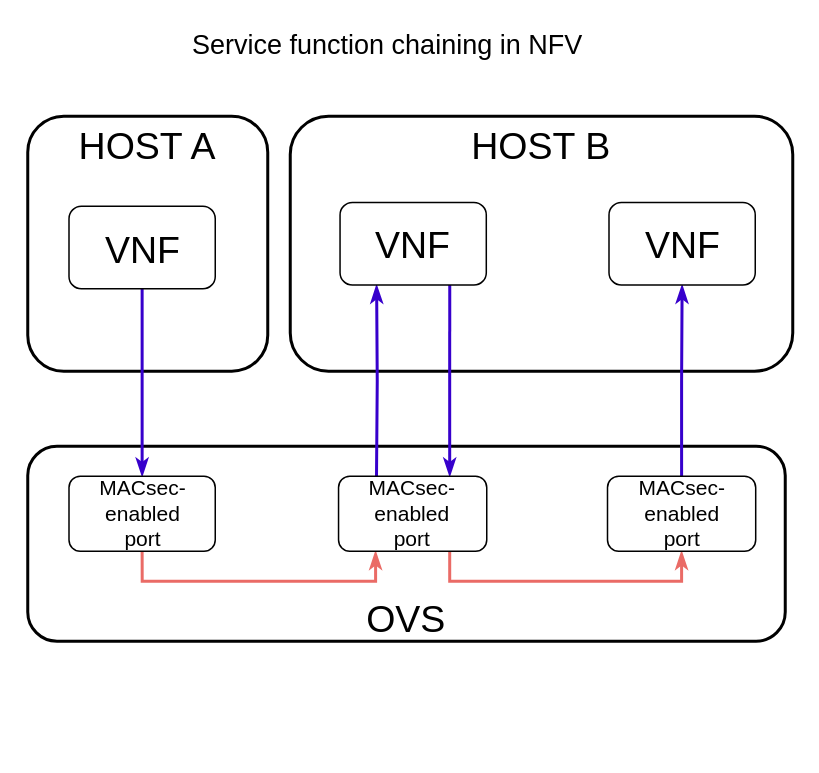
Before: drawio/maser_article_use_case.drawio in ignaziopedone/drawio, a draw.io diagram. Source tidied: cells renumbered, new cells numbered last; positions are measured from the earlier drawing's top-left corner, leaving out a move shared by most shapes. Both pictures are drawn from the tidied source at 150%, with x=0, y=0 at pixel (27, 26).
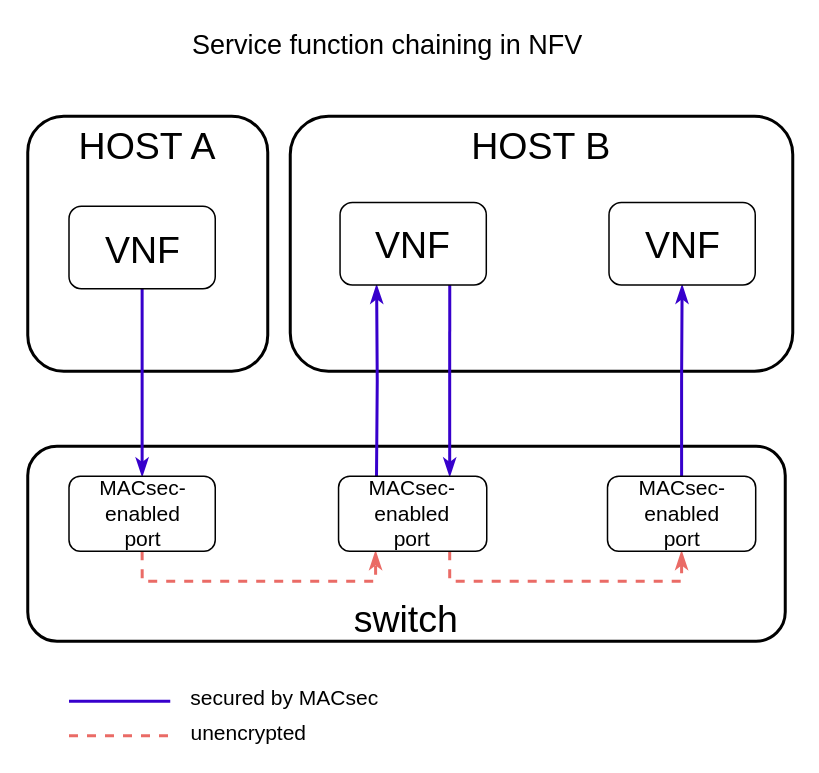
The same page after the edit.

Unchanged cells that the change refers to:
```xml
<mxCell id="10" value="MACsec-enabled&lt;br&gt;port" style="rounded=1;whiteSpace=wrap;html=1;fontSize=14;flipH=1;" parent="1" vertex="1">
  <mxGeometry x="27.5" y="300" width="97.5" height="50" as="geometry" />
</mxCell>
<mxCell id="15" value="MACsec-enabled&lt;br&gt;port" style="rounded=1;whiteSpace=wrap;html=1;fontSize=14;flipH=1;" parent="1" vertex="1">
  <mxGeometry x="207.2" y="300" width="98.8" height="50" as="geometry" />
</mxCell>
<mxCell id="17" value="MACsec-enabled&lt;br&gt;port" style="rounded=1;whiteSpace=wrap;html=1;fontSize=14;flipH=1;" parent="1" vertex="1">
  <mxGeometry x="386.5" y="300" width="98.8" height="50" as="geometry" />
</mxCell>
```

What changed in the source:
```diff
@@
-    <mxCell id="4" value="OVS" style="rounded=1;whiteSpace=wrap;html=1;fontSize=25;strokeWidth=2;spacing=0;spacingBottom=0;verticalAlign=bottom;" parent="1" vertex="1">
+    <mxCell id="4" value="switch" style="rounded=1;whiteSpace=wrap;html=1;fontSize=25;strokeWidth=2;spacing=0;spacingBottom=0;verticalAlign=bottom;" parent="1" vertex="1">
       <mxGeometry y="280" width="505" height="130" as="geometry" />
     </mxCell>
@@
-    <mxCell id="9" style="edgeStyle=orthogonalEdgeStyle;rounded=0;jettySize=auto;html=1;exitX=0.5;exitY=1;exitDx=0;exitDy=0;entryX=0.25;entryY=1;entryDx=0;entryDy=0;startArrow=none;startFill=0;endArrow=classicThin;endFill=1;strokeColor=#EA6B66;strokeWidth=2;fontSize=14;" parent="1" edge="1" source="10" target="15">
+    <mxCell id="9" style="edgeStyle=orthogonalEdgeStyle;rounded=0;jettySize=auto;html=1;exitX=0.5;exitY=1;exitDx=0;exitDy=0;entryX=0.25;entryY=1;entryDx=0;entryDy=0;startArrow=none;startFill=0;endArrow=classicThin;endFill=1;strokeColor=#EA6B66;strokeWidth=2;fontSize=14;dashed=1;" parent="1" edge="1" source="10" target="15">
       <mxGeometry relative="1" as="geometry" />
     </mxCell>
@@
-    <mxCell id="12" style="edgeStyle=orthogonalEdgeStyle;rounded=0;jettySize=auto;html=1;exitX=0.75;exitY=1;exitDx=0;exitDy=0;entryX=0.5;entryY=1;entryDx=0;entryDy=0;startArrow=none;startFill=0;endArrow=classicThin;endFill=1;strokeColor=#EA6B66;strokeWidth=2;fontSize=14;" parent="1" edge="1" source="15" target="17">
+    <mxCell id="12" style="edgeStyle=orthogonalEdgeStyle;rounded=0;jettySize=auto;html=1;exitX=0.75;exitY=1;exitDx=0;exitDy=0;entryX=0.5;entryY=1;entryDx=0;entryDy=0;startArrow=none;startFill=0;endArrow=classicThin;endFill=1;strokeColor=#EA6B66;strokeWidth=2;fontSize=14;dashed=1;" parent="1" edge="1" source="15" target="17">
       <mxGeometry relative="1" as="geometry" />
     </mxCell>
@@
+    <mxCell id="18" style="endArrow=none;html=1;strokeColor=#EA6B66;strokeWidth=2;fontSize=14;dashed=1;" parent="1" edge="1">
+      <mxGeometry relative="1" as="geometry">
+        <mxPoint x="27.5" y="473" as="sourcePoint" />
+        <mxPoint x="95" y="473" as="targetPoint" />
+      </mxGeometry>
+    </mxCell>
+    <mxCell id="19" style="endArrow=none;html=1;strokeColor=#3700CC;strokeWidth=2;fontSize=14;fillColor=#6a00ff;" parent="1" edge="1">
+      <mxGeometry relative="1" as="geometry">
+        <mxPoint x="27.5" y="450" as="sourcePoint" />
+        <mxPoint x="95" y="450" as="targetPoint" />
+      </mxGeometry>
+    </mxCell>
+    <mxCell id="20" value="secured by MACsec" style="text;html=1;align=center;verticalAlign=middle;fontSize=14;" parent="1" vertex="1">
+      <mxGeometry x="101" y="438" width="140" height="20" as="geometry" />
+    </mxCell>
+    <mxCell id="21" value="unencrypted" style="text;html=1;align=center;verticalAlign=middle;fontSize=14;" parent="1" vertex="1">
+      <mxGeometry x="102" y="461" width="90" height="20" as="geometry" />
+    </mxCell>
```
